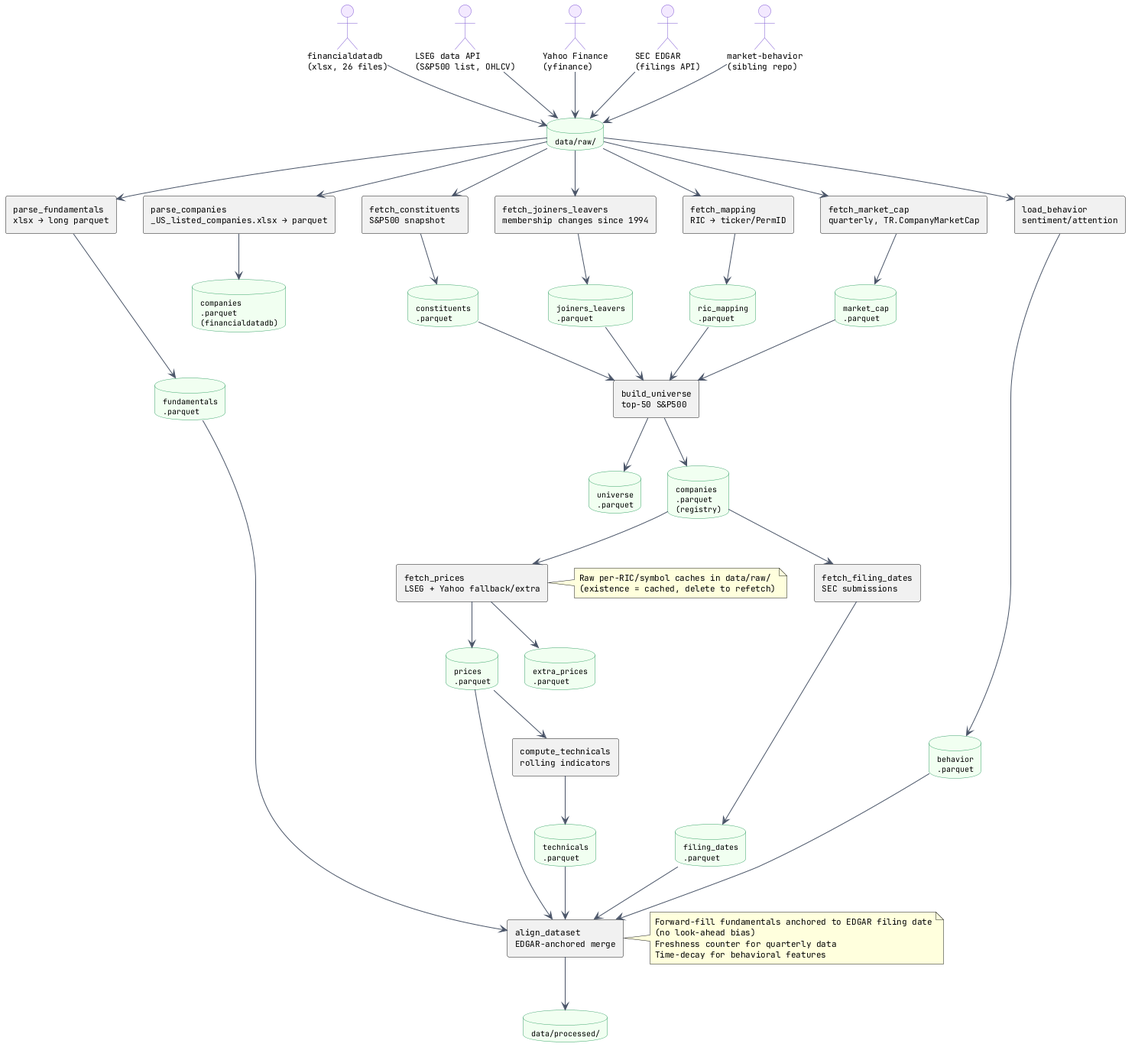
life00/factor-weaver keeps this PlantUML diagram as docs/figures/data_flow.png. Above is the earlier version.
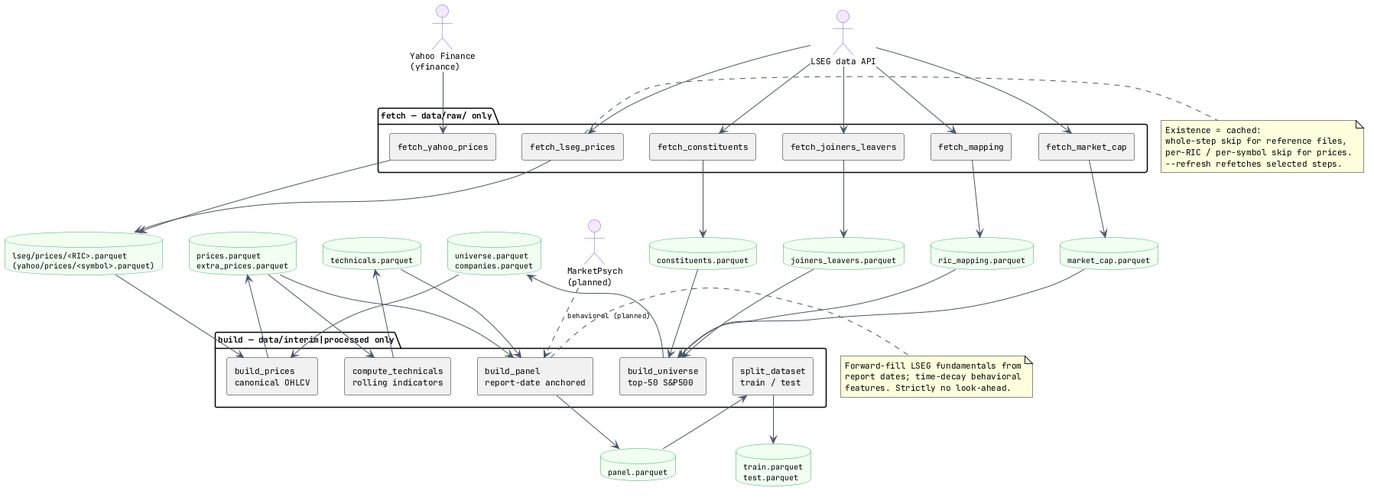
The same diagram one commit later.

The edit, as a diff of the source:
```diff
@@ -21,103 +21,83 @@
   FontSize 9
 }
 
-actor "financialdatadb\n(xlsx, 26 files)" as fdb
-actor "LSEG data API\n(S&P500 list, OHLCV)" as lseg
+actor "LSEG data API" as lseg
 actor "Yahoo Finance\n(yfinance)" as yahoo
-actor "SEC EDGAR\n(filings API)" as edgar
-actor "market-behavior\n(sibling repo)" as beh
+actor "MarketPsych\n(planned)" as mpsych
 
-database "data/raw/" as raw
+package "fetch — data/raw/ only" {
+  rectangle "fetch_constituents" as f_cons
+  rectangle "fetch_joiners_leavers" as f_jl
+  rectangle "fetch_mapping" as f_map
+  rectangle "fetch_market_cap" as f_cap
+  rectangle "fetch_lseg_prices" as f_lp
+  rectangle "fetch_yahoo_prices" as f_yp
+}
 
-rectangle "parse_fundamentals\nxlsx → long parquet" as parse_fundamentals
-rectangle "parse_companies\n_US_listed_companies.xlsx → parquet" as parse_companies
-rectangle "fetch_constituents\nS&P500 snapshot" as fetch_constituents
-rectangle "fetch_joiners_leavers\nmembership changes since 1994" as fetch_joiners_leavers
-rectangle "fetch_mapping\nRIC → ticker/PermID" as fetch_mapping
-rectangle "fetch_market_cap\nquarterly, TR.CompanyMarketCap" as fetch_market_cap
-rectangle "build_universe\ntop-50 S&P500" as build_universe
-rectangle "fetch_filing_dates\nSEC submissions" as fetch_filing_dates
-rectangle "fetch_prices\nLSEG + Yahoo fallback/extra" as fetch_prices
-rectangle "compute_technicals\nrolling indicators" as compute_technicals
-rectangle "load_behavior\nsentiment/attention" as load_behavior
-rectangle "align_dataset\nEDGAR-anchored merge" as align_dataset
+database "constituents.parquet" as cons
+database "joiners_leavers.parquet" as jl
+database "ric_mapping.parquet" as map
+database "market_cap.parquet" as cap
+database "lseg/prices/<RIC>.parquet\n(yahoo/prices/<symbol>.parquet)" as pxcache
 
-database "fundamentals\n.parquet" as fund_pq
-database "companies\n.parquet\n(financialdatadb)" as comp_pq
-database "constituents\n.parquet" as cons_pq
-database "joiners_leavers\n.parquet" as jl_pq
-database "ric_mapping\n.parquet" as map_pq
-database "market_cap\n.parquet" as cap_pq
-database "universe\n.parquet" as univ_pq
-database "companies\n.parquet\n(registry)" as reg_pq
-database "filing_dates\n.parquet" as fd_pq
-database "prices\n.parquet" as price_pq
-database "extra_prices\n.parquet" as extra_pq
-database "technicals\n.parquet" as tech_pq
-database "behavior\n.parquet" as beh_pq
-database "data/processed/" as processed
+package "build — data/interim|processed only" {
+  rectangle "build_universe\ntop-50 S&P500" as b_univ
+  rectangle "build_prices\ncanonical OHLCV" as b_px
+  rectangle "compute_technicals\nrolling indicators" as b_tech
+  rectangle "build_panel\nreport-date anchored" as b_panel
+  rectangle "split_dataset\ntrain / test" as b_split
+}
 
-fdb --> raw
-lseg --> raw
-yahoo --> raw
-edgar --> raw
-beh --> raw
+database "universe.parquet\ncompanies.parquet" as univ
+database "prices.parquet\nextra_prices.parquet" as px
+database "technicals.parquet" as tech
+database "panel.parquet" as panel
+database "train.parquet\ntest.parquet" as splits
 
-raw --> parse_fundamentals
-parse_fundamentals --> fund_pq
+lseg --> f_cons
+lseg --> f_jl
+lseg --> f_map
+lseg --> f_cap
+lseg --> f_lp
+yahoo --> f_yp
+mpsych ..> b_panel : behavioral (planned)
 
-raw --> parse_companies
-parse_companies --> comp_pq
+f_cons --> cons
+f_jl --> jl
+f_map --> map
+f_cap --> cap
+f_lp --> pxcache
+f_yp --> pxcache
 
-raw --> fetch_constituents
-fetch_constituents --> cons_pq
+cons --> b_univ
+jl --> b_univ
+map --> b_univ
+cap --> b_univ
+b_univ --> univ
 
-raw --> fetch_joiners_leavers
-fetch_joiners_leavers --> jl_pq
+univ --> b_px
+pxcache --> b_px
+b_px --> px
 
-raw --> fetch_mapping
-fetch_mapping --> map_pq
+px --> b_tech
+b_tech --> tech
+px --> b_panel
+tech --> b_panel
+b_panel --> panel
+panel --> b_split
+b_split --> splits
 
-raw --> fetch_market_cap
-fetch_market_cap --> cap_pq
-
-cons_pq --> build_universe
-jl_pq --> build_universe
-map_pq --> build_universe
-cap_pq --> build_universe
-build_universe --> univ_pq
-build_universe --> reg_pq
-
-reg_pq --> fetch_filing_dates
-fetch_filing_dates --> fd_pq
-
-reg_pq --> fetch_prices
-fetch_prices --> price_pq
-fetch_prices --> extra_pq
-
-note right of fetch_prices
-  Raw per-RIC/symbol caches in data/raw/
-  (existence = cached, delete to refetch)
+note right of f_lp
+  Existence = cached:
+  whole-step skip for reference files,
+  per-RIC / per-symbol skip for prices.
+  --refresh refetches selected steps.
 end note
 
-price_pq --> compute_technicals
-compute_technicals --> tech_pq
-
-raw --> load_behavior
-load_behavior --> beh_pq
-
-fund_pq --> align_dataset
-fd_pq --> align_dataset
-price_pq --> align_dataset
-tech_pq --> align_dataset
-beh_pq --> align_dataset
-align_dataset --> processed
-
-note right of align_dataset
-  Forward-fill fundamentals anchored to EDGAR filing date
-  (no look-ahead bias)
-  Freshness counter for quarterly data
-  Time-decay for behavioral features
+note right of b_panel
+  Forward-fill LSEG fundamentals from
+  report dates; time-decay behavioral
+  features. Strictly no look-ahead.
 end note
 
 @enduml
```
